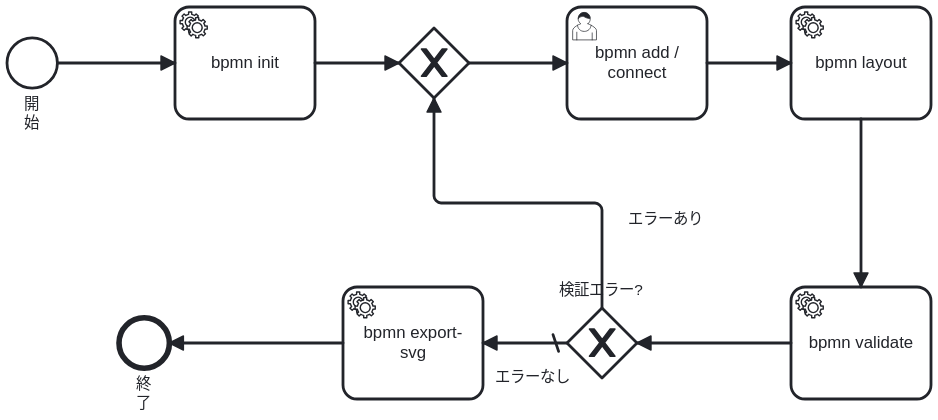
f4ah6o/bpmn-cli keeps this BPMN diagram as docs/bpmn-cli-workflow.svg. Above is the earlier version. Its source is kept beside it as docs/bpmn-cli-workflow.bpmn. Ids are renumbered.
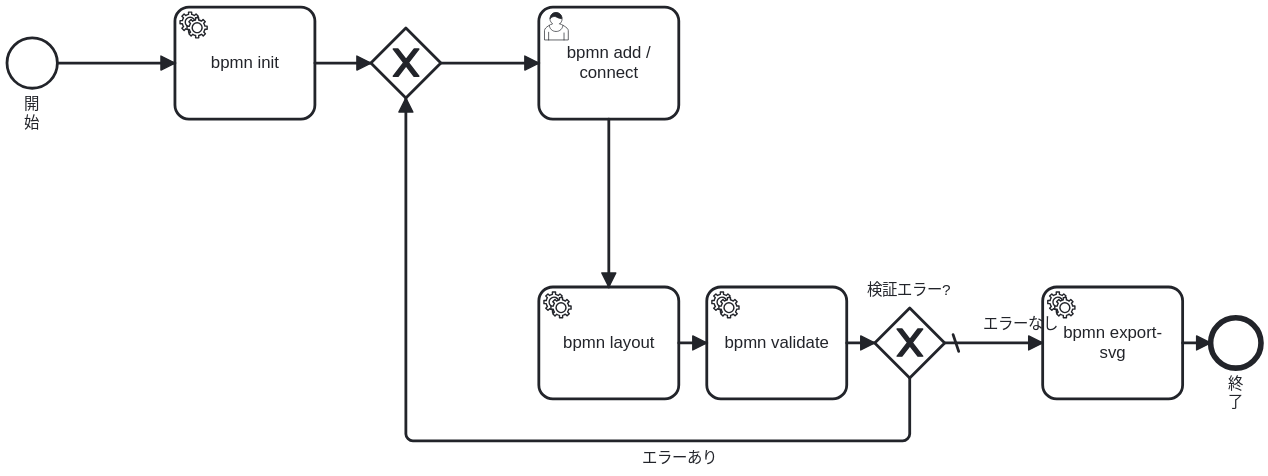
After the change.

Change to the diagram source:
```diff
@@ -60,30 +60,30 @@
         <dc:Bounds x="200" y="80" width="100" height="80"/>
       </bpmndi:BPMNShape>
       <bpmndi:BPMNShape id="BPMNShape_Task_Edit" bpmnElement="Task_Edit">
-        <dc:Bounds x="480" y="80" width="100" height="80"/>
+        <dc:Bounds x="460" y="80" width="100" height="80"/>
       </bpmndi:BPMNShape>
       <bpmndi:BPMNShape id="BPMNShape_Task_Layout" bpmnElement="Task_Layout">
-        <dc:Bounds x="640" y="80" width="100" height="80"/>
+        <dc:Bounds x="460" y="280" width="100" height="80"/>
       </bpmndi:BPMNShape>
       <bpmndi:BPMNShape id="BPMNShape_Task_Validate" bpmnElement="Task_Validate">
-        <dc:Bounds x="640" y="280" width="100" height="80"/>
+        <dc:Bounds x="580" y="280" width="100" height="80"/>
       </bpmndi:BPMNShape>
       <bpmndi:BPMNShape id="BPMNShape_Gateway_Edit" bpmnElement="Gateway_Edit" isMarkerVisible="true">
-        <dc:Bounds x="360" y="95" width="50" height="50"/>
+        <dc:Bounds x="340" y="95" width="50" height="50"/>
       </bpmndi:BPMNShape>
       <bpmndi:BPMNShape id="BPMNShape_Gateway_Errors" bpmnElement="Gateway_Errors" isMarkerVisible="true">
-        <dc:Bounds x="480" y="295" width="50" height="50"/>
+        <dc:Bounds x="700" y="295" width="50" height="50"/>
         <bpmndi:BPMNLabel>
-          <dc:Bounds x="469" y="276" width="72" height="14"/>
+          <dc:Bounds x="689" y="276" width="72" height="14"/>
         </bpmndi:BPMNLabel>
       </bpmndi:BPMNShape>
       <bpmndi:BPMNShape id="BPMNShape_Task_Export" bpmnElement="Task_Export">
-        <dc:Bounds x="320" y="280" width="100" height="80"/>
+        <dc:Bounds x="820" y="280" width="100" height="80"/>
       </bpmndi:BPMNShape>
       <bpmndi:BPMNShape id="BPMNShape_End" bpmnElement="End">
-        <dc:Bounds x="160" y="302" width="36" height="36"/>
+        <dc:Bounds x="940" y="302" width="36" height="36"/>
         <bpmndi:BPMNLabel>
-          <dc:Bounds x="169" y="343" width="18" height="14"/>
+          <dc:Bounds x="949" y="343" width="18" height="14"/>
         </bpmndi:BPMNLabel>
       </bpmndi:BPMNShape>
       <bpmndi:BPMNEdge id="BPMNEdge_Flow_1" bpmnElement="Flow_1">
@@ -93,41 +93,41 @@
       <bpmndi:BPMNEdge id="BPMNEdge_Flow_2" bpmnElement="Flow_2">
 
 
-      <di:waypoint x="300" y="120"/><di:waypoint x="360" y="120"/></bpmndi:BPMNEdge>
+      <di:waypoint x="300" y="120"/><di:waypoint x="340" y="120"/></bpmndi:BPMNEdge>
       <bpmndi:BPMNEdge id="BPMNEdge_Flow_3" bpmnElement="Flow_3">
 
 
-      <di:waypoint x="410" y="120"/><di:waypoint x="480" y="120"/></bpmndi:BPMNEdge>
+      <di:waypoint x="390" y="120"/><di:waypoint x="460" y="120"/></bpmndi:BPMNEdge>
       <bpmndi:BPMNEdge id="BPMNEdge_Flow_4" bpmnElement="Flow_4">
 
 
-      <di:waypoint x="580" y="120"/><di:waypoint x="640" y="120"/></bpmndi:BPMNEdge>
+      <di:waypoint x="510" y="160"/><di:waypoint x="510" y="280"/></bpmndi:BPMNEdge>
       <bpmndi:BPMNEdge id="BPMNEdge_Flow_5" bpmnElement="Flow_5">
 
 
-      <di:waypoint x="690" y="160"/><di:waypoint x="690" y="280"/></bpmndi:BPMNEdge>
+      <di:waypoint x="560" y="320"/><di:waypoint x="580" y="320"/></bpmndi:BPMNEdge>
       <bpmndi:BPMNEdge id="BPMNEdge_Flow_6" bpmnElement="Flow_6">
 
 
-      <di:waypoint x="640" y="320"/><di:waypoint x="530" y="320"/></bpmndi:BPMNEdge>
+      <di:waypoint x="680" y="320"/><di:waypoint x="700" y="320"/></bpmndi:BPMNEdge>
       <bpmndi:BPMNEdge id="BPMNEdge_Flow_8" bpmnElement="Flow_8">
 
 
-        <di:waypoint x="480" y="320"/><di:waypoint x="420" y="320"/><bpmndi:BPMNLabel>
-          <dc:Bounds x="420" y="338" width="72" height="14"/>
+        <di:waypoint x="750" y="320"/><di:waypoint x="820" y="320"/><bpmndi:BPMNLabel>
+          <dc:Bounds x="775" y="300" width="60" height="14"/>
         </bpmndi:BPMNLabel>
       </bpmndi:BPMNEdge>
       <bpmndi:BPMNEdge id="BPMNEdge_Flow_9" bpmnElement="Flow_9">
 
 
-      <di:waypoint x="320" y="320"/><di:waypoint x="196" y="320"/></bpmndi:BPMNEdge>
+      <di:waypoint x="920" y="320"/><di:waypoint x="940" y="320"/></bpmndi:BPMNEdge>
       <bpmndi:BPMNEdge id="BPMNEdge_Flow_7" bpmnElement="Flow_7">
 
 
 
 
-        <di:waypoint x="505" y="295"/><di:waypoint x="505" y="220"/><di:waypoint x="385" y="220"/><di:waypoint x="385" y="145"/><bpmndi:BPMNLabel>
-          <dc:Bounds x="515" y="225" width="72" height="14"/>
+        <di:waypoint x="725" y="345"/><di:waypoint x="725" y="390"/><di:waypoint x="365" y="390"/><di:waypoint x="365" y="145"/><bpmndi:BPMNLabel>
+          <dc:Bounds x="525" y="396" width="72" height="14"/>
         </bpmndi:BPMNLabel>
       </bpmndi:BPMNEdge>
     </bpmndi:BPMNPlane>
```
